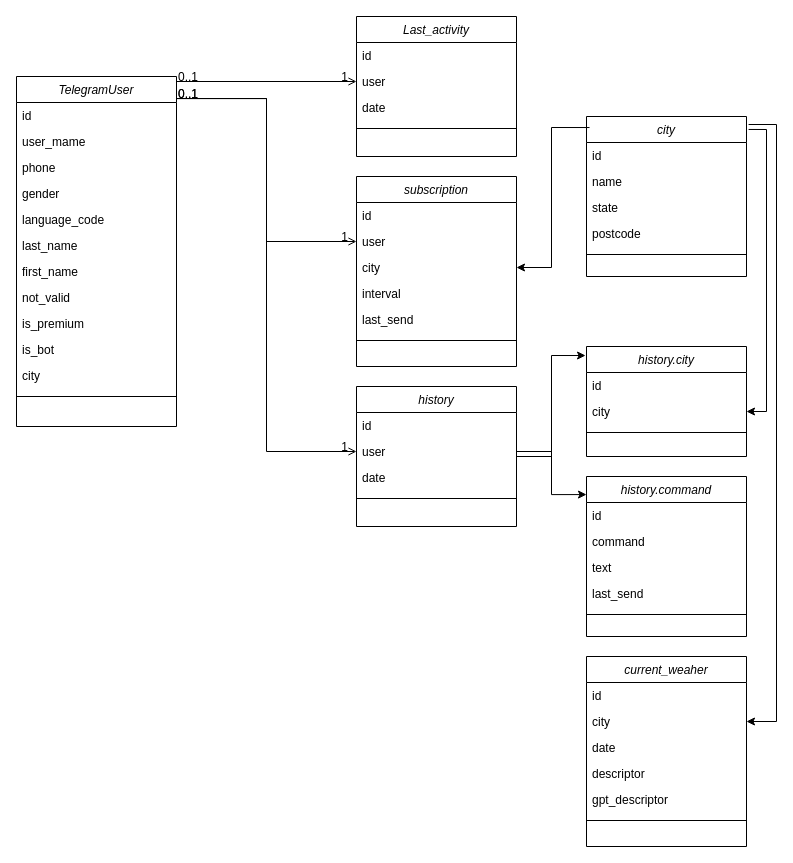
Above: schema/main.drawio in IWerwolfe/weatherGPT_bot (draw.io), before the change. Source tidied: cells renumbered, new cells numbered last; positions are measured from the earlier drawing's top-left corner, leaving out a move shared by most shapes. Both pictures are drawn from the tidied source at 100%, with x=0, y=0 at pixel (16, 16).
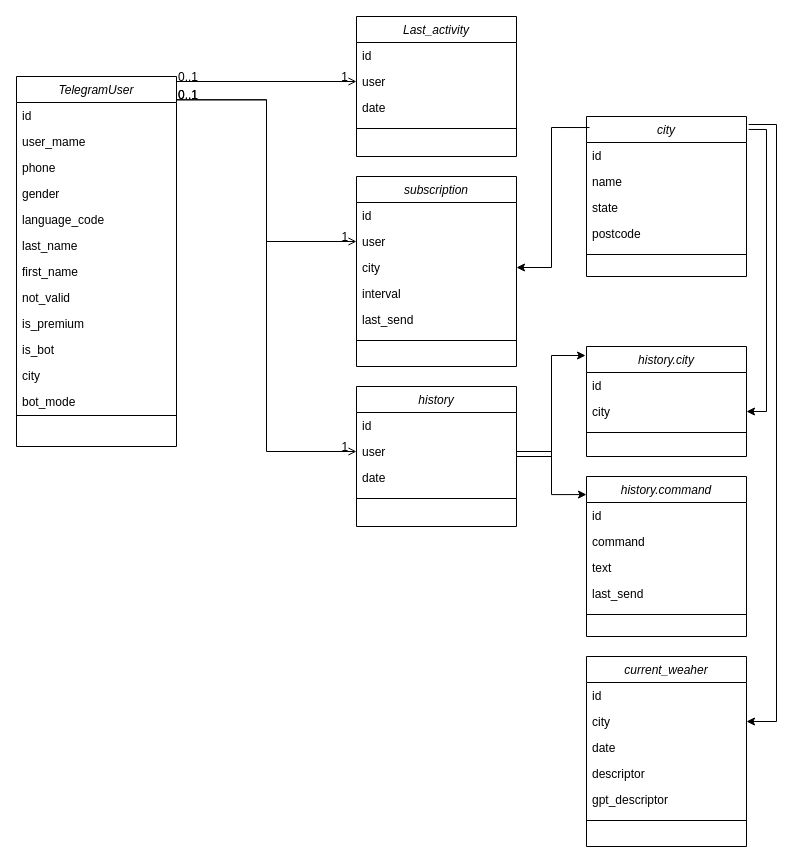
After the change.

What changed in the source:
```diff
@@
     <mxCell id="2" value="TelegramUser" style="swimlane;fontStyle=2;align=center;verticalAlign=top;horizontal=1;startSize=26;rounded=0;shadow=0;strokeWidth=1;" parent="1" vertex="1">
-      <mxGeometry y="60" width="160" height="350" as="geometry" />
+      <mxGeometry y="60" width="160" height="370" as="geometry" />
     </mxCell>
@@
+    <mxCell id="69" value="bot_mode" style="text;align=left;verticalAlign=top;spacingLeft=4;spacingRight=4;overflow=hidden;rounded=0;shadow=0;html=0;" parent="2" vertex="1">
+      <mxGeometry y="312" width="160" height="26" as="geometry" />
+    </mxCell>
     <mxCell id="14" style="line;html=1;strokeWidth=1;align=left;verticalAlign=middle;spacingTop=-1;spacingLeft=3;spacingRight=3;labelPosition=right;" parent="2" vertex="1">
-      <mxGeometry y="312" width="160" height="16" as="geometry" />
+      <mxGeometry y="338" width="160" height="2" as="geometry" />
     </mxCell>
```
